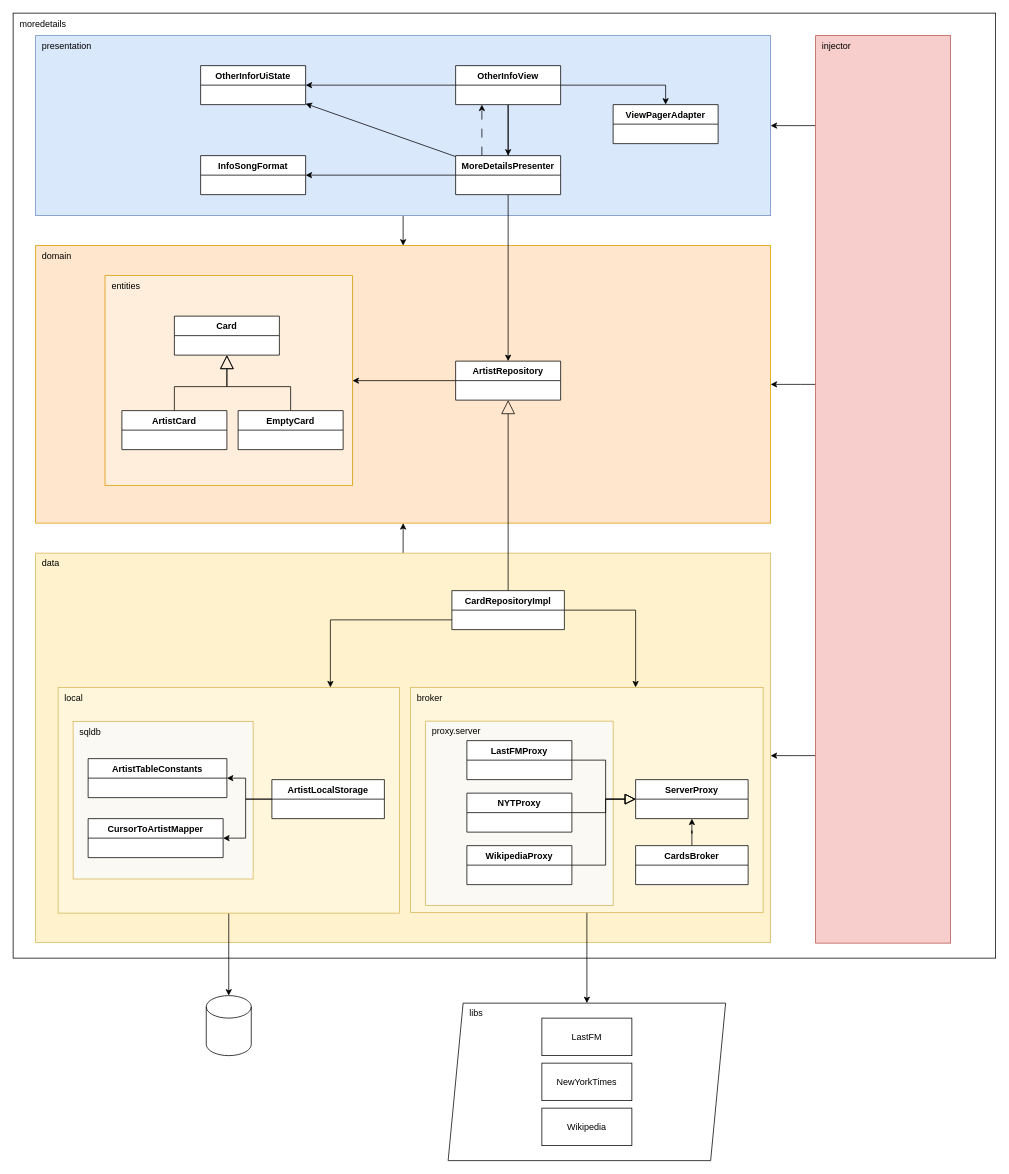
Before: docs/more-details_classes_diagram.drawio in elagarrigue/AyDS23-Winchester1, a draw.io diagram. Source tidied: cells renumbered, new cells numbered last; positions are measured from the earlier drawing's top-left corner, leaving out a move shared by most shapes. Both pictures are drawn from the tidied source at 75%, with x=0, y=0 at pixel (13, 13).
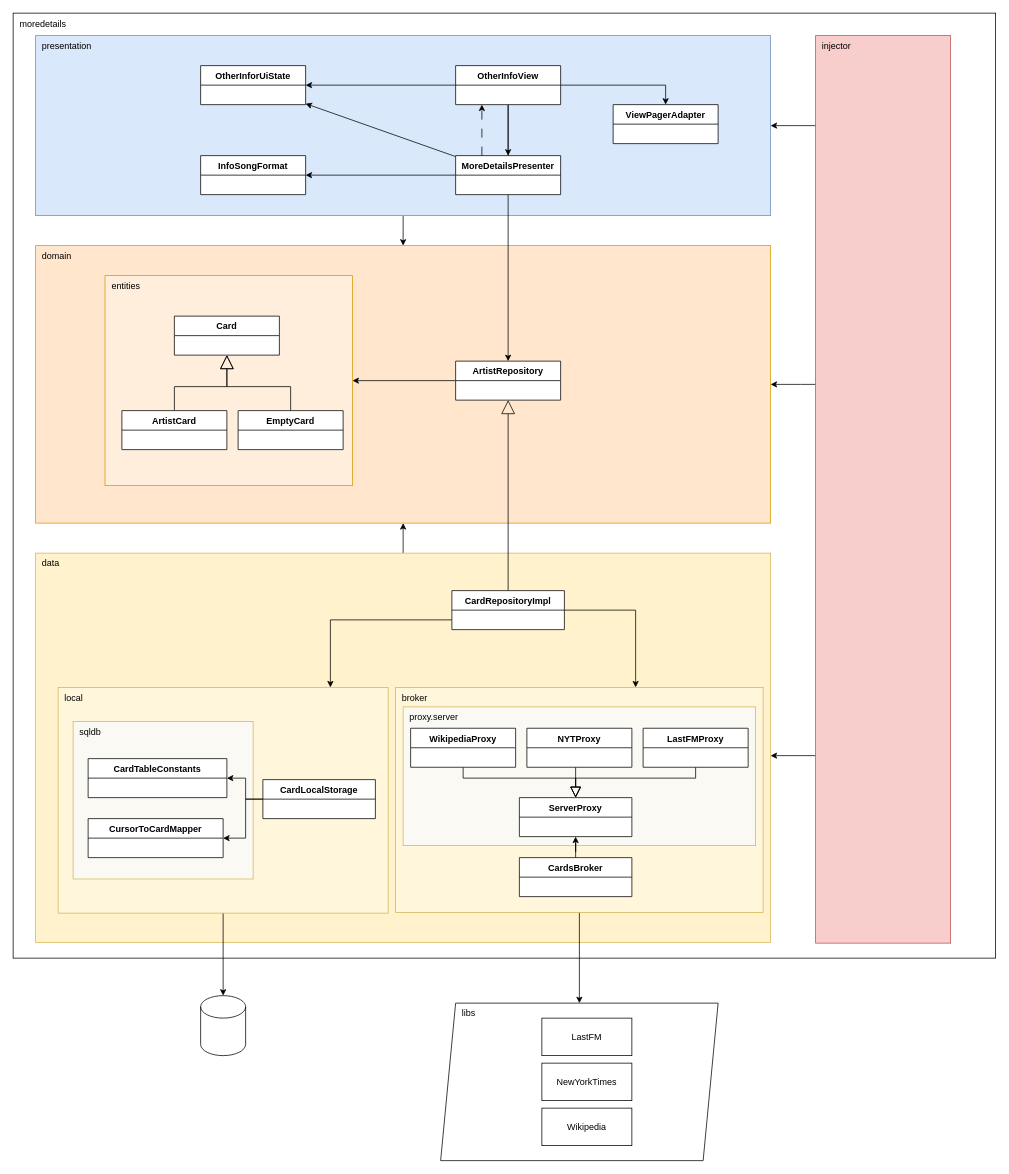
After the change.

Commit message (it also covers changes not shown here):
Actualizado diagrama de clases.

Diff of the diagram source:
```diff
@@
     <mxCell id="10" value="&amp;nbsp; local" style="rounded=0;whiteSpace=wrap;html=1;align=left;verticalAlign=top;fillColor=#fff6db;strokeColor=#d6b656;" parent="1" vertex="1">
-      <mxGeometry x="60" y="899" width="455" height="301" as="geometry" />
+      <mxGeometry x="60" y="899" width="440" height="301" as="geometry" />
     </mxCell>
@@
     <mxCell id="12" value="&amp;nbsp; broker" style="rounded=0;whiteSpace=wrap;html=1;align=left;verticalAlign=top;fillColor=#fff6db;strokeColor=#d6b656;" parent="1" vertex="1">
-      <mxGeometry x="530" y="899" width="470" height="300" as="geometry" />
+      <mxGeometry x="510" y="899" width="490" height="300" as="geometry" />
     </mxCell>
     <mxCell id="13" value="&amp;nbsp; proxy.server" style="rounded=0;whiteSpace=wrap;html=1;align=left;verticalAlign=top;fillColor=#fbf9f3;strokeColor=#d6b656;" parent="1" vertex="1">
-      <mxGeometry x="550" y="944" width="250" height="246" as="geometry" />
+      <mxGeometry x="520" y="925" width="470" height="185" as="geometry" />
     </mxCell>
     <mxCell id="14" style="edgeStyle=orthogonalEdgeStyle;rounded=0;jettySize=auto;html=1;endArrow=block;endFill=0;endSize=12;" parent="1" edge="1" source="15" target="18">
       <mxGeometry relative="1" as="geometry">
         <Array as="points">
-          <mxPoint x="790" y="996" />
-          <mxPoint x="790" y="1048" />
+          <mxPoint x="910" y="1020" />
+          <mxPoint x="750" y="1020" />
         </Array>
       </mxGeometry>
     </mxCell>
     <mxCell id="15" value="LastFMProxy" style="swimlane;fontStyle=1;align=center;verticalAlign=top;horizontal=1;startSize=26;whiteSpace=wrap;html=1;swimlaneFillColor=default;" parent="1" vertex="1">
-      <mxGeometry x="605" y="970" width="140" height="52" as="geometry" />
+      <mxGeometry x="840" y="953.5" width="140" height="52" as="geometry" />
     </mxCell>
     <mxCell id="16" style="edgeStyle=orthogonalEdgeStyle;rounded=0;jettySize=auto;html=1;endArrow=block;endFill=0;startSize=6;endSize=12;" parent="1" edge="1" source="17" target="18">
       <mxGeometry relative="1" as="geometry">
         <Array as="points">
-          <mxPoint x="790" y="1066" />
-          <mxPoint x="790" y="1048" />
+          <mxPoint x="750" y="1030" />
+          <mxPoint x="750" y="1030" />
         </Array>
       </mxGeometry>
     </mxCell>
     <mxCell id="17" value="NYTProxy" style="swimlane;fontStyle=1;align=center;verticalAlign=top;horizontal=1;startSize=26;whiteSpace=wrap;html=1;swimlaneFillColor=default;" parent="1" vertex="1">
-      <mxGeometry x="605" y="1040" width="140" height="52" as="geometry" />
+      <mxGeometry x="685" y="953.5" width="140" height="52" as="geometry" />
     </mxCell>
     <mxCell id="18" value="ServerProxy" style="swimlane;fontStyle=1;align=center;verticalAlign=top;horizontal=1;startSize=26;whiteSpace=wrap;html=1;labelBackgroundColor=none;rounded=0;shadow=0;glass=0;gradientColor=none;swimlaneFillColor=default;" parent="1" vertex="1">
-      <mxGeometry x="830" y="1022" width="150" height="52" as="geometry" />
+      <mxGeometry x="675" y="1046" width="150" height="52" as="geometry" />
     </mxCell>
-    <mxCell id="19" value="ArtistLocalStorage" style="swimlane;fontStyle=1;align=center;verticalAlign=top;horizontal=1;startSize=26;whiteSpace=wrap;html=1;swimlaneFillColor=default;" parent="1" vertex="1">
-      <mxGeometry x="345" y="1022" width="150" height="52" as="geometry" />
+    <mxCell id="19" value="CardLocalStorage" style="swimlane;fontStyle=1;align=center;verticalAlign=top;horizontal=1;startSize=26;whiteSpace=wrap;html=1;swimlaneFillColor=default;" parent="1" vertex="1">
+      <mxGeometry x="333" y="1022" width="150" height="52" as="geometry" />
     </mxCell>
@@
     <mxCell id="42" style="shape=cylinder3;whiteSpace=wrap;html=1;boundedLbl=1;backgroundOutline=1;size=15;" parent="1" vertex="1">
-      <mxGeometry x="257.5" y="1310" width="60" height="80" as="geometry" />
+      <mxGeometry x="250" y="1310" width="60" height="80" as="geometry" />
     </mxCell>
     <mxCell id="43" value="&amp;nbsp; &amp;nbsp; &amp;nbsp; &amp;nbsp; libs" style="shape=parallelogram;perimeter=parallelogramPerimeter;whiteSpace=wrap;html=1;fixedSize=1;align=left;verticalAlign=top;" parent="1" vertex="1">
-      <mxGeometry x="580" y="1320" width="370" height="210" as="geometry" />
+      <mxGeometry x="570" y="1320" width="370" height="210" as="geometry" />
     </mxCell>
@@
-    <mxCell id="48" value="ArtistTableConstants" style="swimlane;fontStyle=1;align=center;verticalAlign=top;horizontal=1;startSize=26;whiteSpace=wrap;html=1;swimlaneFillColor=default;" parent="1" vertex="1">
+    <mxCell id="48" value="CardTableConstants" style="swimlane;fontStyle=1;align=center;verticalAlign=top;horizontal=1;startSize=26;whiteSpace=wrap;html=1;swimlaneFillColor=default;" parent="1" vertex="1">
       <mxGeometry x="100" y="994" width="185" height="52" as="geometry" />
     </mxCell>
-    <mxCell id="49" value="CursorToArtistMapper" style="swimlane;fontStyle=1;align=center;verticalAlign=top;horizontal=1;startSize=26;whiteSpace=wrap;html=1;swimlaneFillColor=default;" parent="1" vertex="1">
+    <mxCell id="49" value="CursorToCardMapper" style="swimlane;fontStyle=1;align=center;verticalAlign=top;horizontal=1;startSize=26;whiteSpace=wrap;html=1;swimlaneFillColor=default;" parent="1" vertex="1">
       <mxGeometry x="100" y="1074" width="180" height="52" as="geometry" />
     </mxCell>
@@
     <mxCell id="56" value="CardsBroker" style="swimlane;fontStyle=1;align=center;verticalAlign=top;horizontal=1;startSize=26;whiteSpace=wrap;html=1;labelBackgroundColor=none;rounded=0;shadow=0;glass=0;gradientColor=none;swimlaneFillColor=default;" parent="1" vertex="1">
-      <mxGeometry x="830" y="1110" width="150" height="52" as="geometry" />
+      <mxGeometry x="675" y="1126" width="150" height="52" as="geometry" />
     </mxCell>
     <mxCell id="57" style="edgeStyle=orthogonalEdgeStyle;rounded=0;jettySize=auto;html=1;endArrow=block;endFill=0;endSize=12;" parent="1" edge="1" source="58" target="18">
       <mxGeometry relative="1" as="geometry">
         <Array as="points">
-          <mxPoint x="790" y="1136" />
-          <mxPoint x="790" y="1048" />
+          <mxPoint x="600" y="1020" />
+          <mxPoint x="750" y="1020" />
         </Array>
       </mxGeometry>
     </mxCell>
     <mxCell id="58" value="WikipediaProxy" style="swimlane;fontStyle=1;align=center;verticalAlign=top;horizontal=1;startSize=26;whiteSpace=wrap;html=1;swimlaneFillColor=default;" parent="1" vertex="1">
-      <mxGeometry x="605" y="1110" width="140" height="52" as="geometry" />
+      <mxGeometry x="530" y="953.5" width="140" height="52" as="geometry" />
     </mxCell>
```
